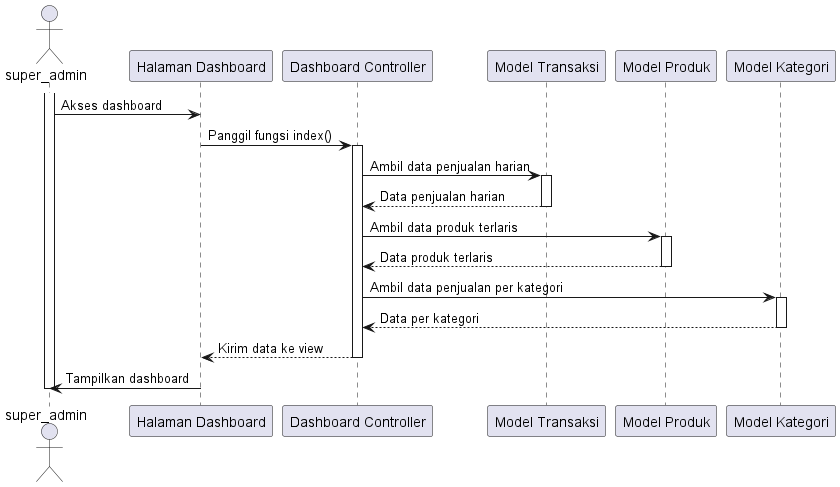
This is out/sequence diagram/melihat_dashboard/melihat_dashboard.png from tengahcang/UML_TA, a PlantUML export, as it was before one commit. Its diagram source:
```plantuml
@startuml
actor super_admin

participant "Halaman Dashboard" as DashboardPage
participant "Dashboard Controller" as Controller
participant "Model Transaksi" as Transaksi
participant "Model Produk" as Produk
participant "Model Kategori" as Kategori

activate super_admin
super_admin -> DashboardPage: Akses dashboard
DashboardPage -> Controller: Panggil fungsi index()
activate Controller

Controller -> Transaksi: Ambil data penjualan harian
activate Transaksi
Transaksi --> Controller: Data penjualan harian
deactivate Transaksi

Controller -> Produk: Ambil data produk terlaris
activate Produk
Produk --> Controller: Data produk terlaris
deactivate Produk

Controller -> Kategori: Ambil data penjualan per kategori
activate Kategori
Kategori --> Controller: Data per kategori
deactivate Kategori

Controller --> DashboardPage: Kirim data ke view
deactivate Controller

DashboardPage -> super_admin: Tampilkan dashboard
deactivate super_admin

@enduml
```
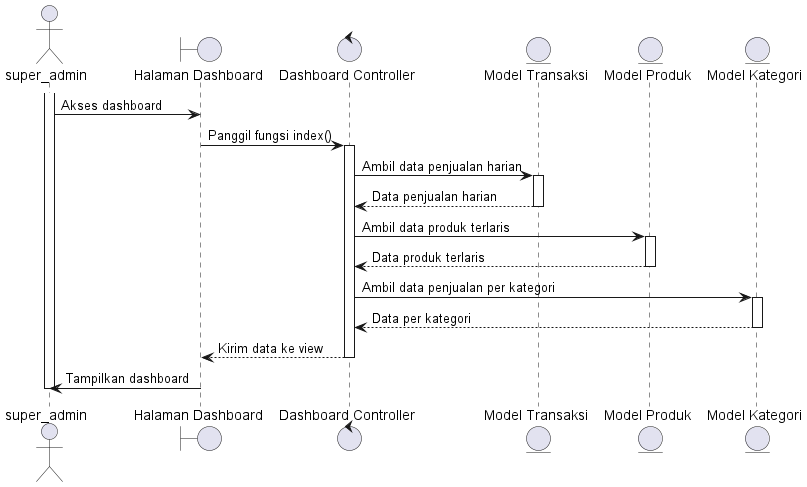
Above is the later version.

What changed in the source:
```diff
@@ -1,11 +1,11 @@
 @startuml
 actor super_admin
 
-participant "Halaman Dashboard" as DashboardPage
-participant "Dashboard Controller" as Controller
-participant "Model Transaksi" as Transaksi
-participant "Model Produk" as Produk
-participant "Model Kategori" as Kategori
+boundary "Halaman Dashboard" as DashboardPage
+control "Dashboard Controller" as Controller
+entity "Model Transaksi" as Transaksi
+entity "Model Produk" as Produk
+entity "Model Kategori" as Kategori
 
 activate super_admin
 super_admin -> DashboardPage: Akses dashboard
```
